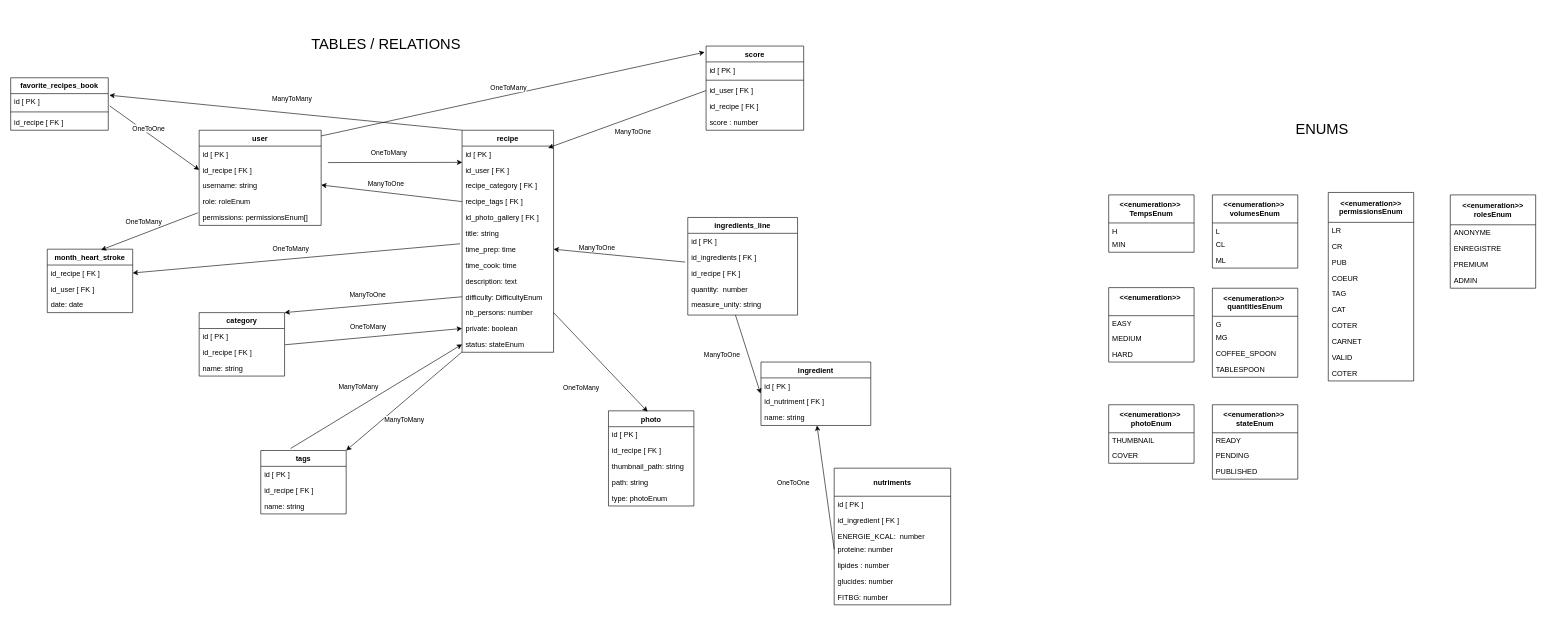
Above: diagramme-recettes.drawio in Thomas088/diagramme-cuisine (draw.io), before the change. Source tidied: cells renumbered, new cells numbered last; positions are measured from the earlier drawing's top-left corner, leaving out a move shared by most shapes. Both pictures are drawn from the tidied source at 61%, with x=0, y=0 at pixel (10, 10).
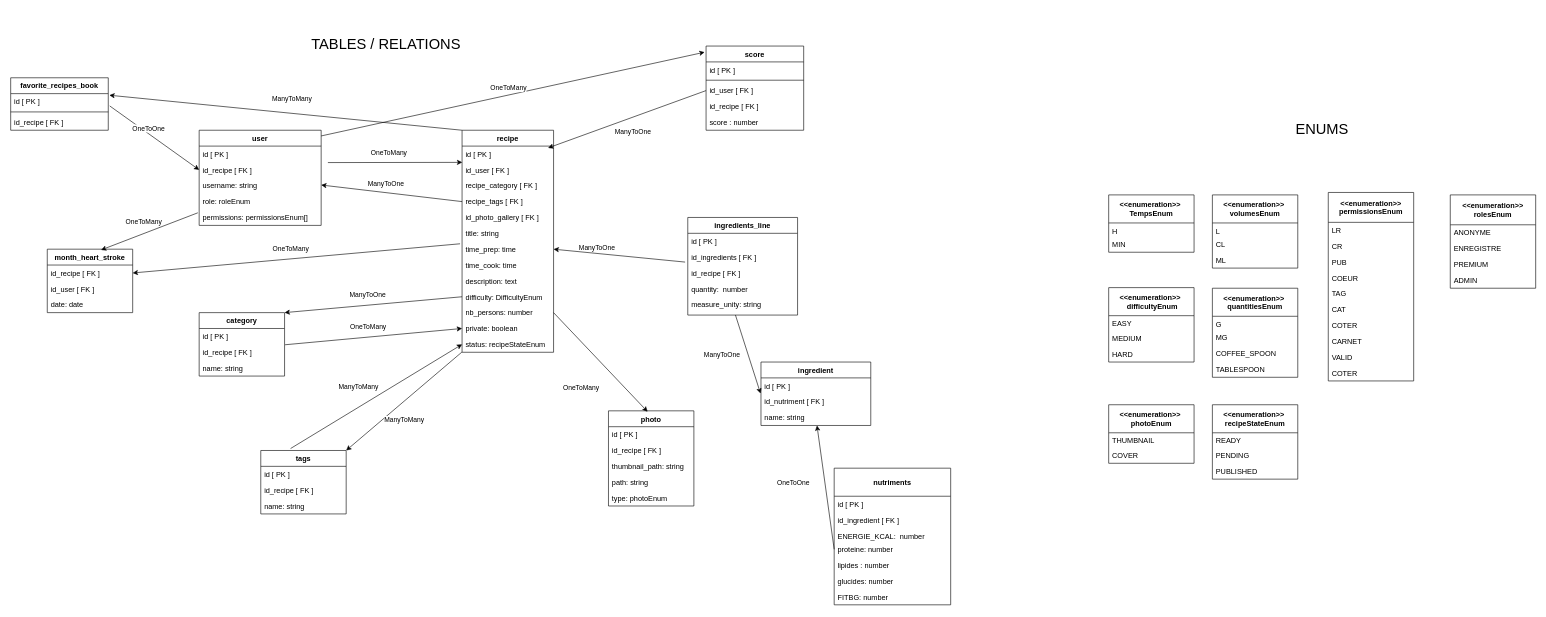
The same diagram, later.

The change refers to these unchanged cells:
```xml
<mxCell id="16" style="endArrow=classic;html=1;entryX=0;entryY=0.5;entryDx=0;entryDy=0;exitX=0.349;exitY=-0.031;exitDx=0;exitDy=0;exitPerimeter=0;" parent="1" edge="1" source="51">
  <mxGeometry relative="1" as="geometry">
    <mxPoint x="740" y="547" as="targetPoint" />
  </mxGeometry>
</mxCell>
<mxCell id="25" value="recipe" style="swimlane;fontStyle=1;horizontal=1;startSize=26;fillColor=none;" parent="1" vertex="1">
  <mxGeometry x="740" y="196" width="150" height="364" as="geometry" />
</mxCell>
```

Change to the diagram source:
```diff
@@
     <mxCell id="17" value="ManyToMany" style="edgeLabel;html=1;align=center;verticalAlign=middle;" parent="16" vertex="1">
       <mxGeometry relative="1" as="geometry">
-        <mxPoint x="-29.2" y="-16" as="offset" />
+        <mxPoint x="-29.2" y="-17.6" as="offset" />
       </mxGeometry>
     </mxCell>
@@
-    <mxCell id="38" value="status: stateEnum " style="text;strokeColor=none;fillColor=none;align=left;verticalAlign=top;spacingLeft=4;spacingRight=4;overflow=hidden;points=[[0,0.5],[1,0.5]];portConstraint=eastwest;" parent="25" vertex="1">
+    <mxCell id="38" value="status: recipeStateEnum " style="text;strokeColor=none;fillColor=none;align=left;verticalAlign=top;spacingLeft=4;spacingRight=4;overflow=hidden;points=[[0,0.5],[1,0.5]];portConstraint=eastwest;" parent="25" vertex="1">
       <mxGeometry y="338" width="150" height="26" as="geometry" />
     </mxCell>
@@
-    <mxCell id="83" value="&lt;&lt;enumeration&gt;&gt; &#10; " style="swimlane;fontStyle=1;horizontal=1;startSize=46;fillColor=none;" parent="1" vertex="1">
+    <mxCell id="83" value="&lt;&lt;enumeration&gt;&gt; &#10; difficultyEnum" style="swimlane;fontStyle=1;horizontal=1;startSize=46;fillColor=none;" parent="1" vertex="1">
       <mxGeometry x="1800" y="454" width="140" height="122" as="geometry" />
     </mxCell>
@@
-    <mxCell id="87" value="&lt;&lt;enumeration&gt;&gt; &#10;stateEnum" style="swimlane;fontStyle=1;horizontal=1;startSize=46;fillColor=none;" parent="1" vertex="1">
+    <mxCell id="87" value="&lt;&lt;enumeration&gt;&gt; &#10;recipeStateEnum" style="swimlane;fontStyle=1;horizontal=1;startSize=46;fillColor=none;" parent="1" vertex="1">
       <mxGeometry x="1970" y="646" width="140" height="122" as="geometry" />
     </mxCell>
```
